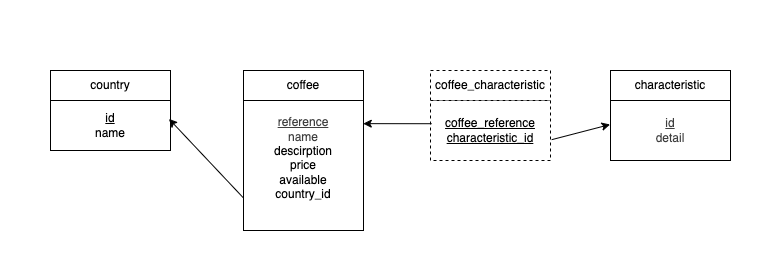
Earlier version of the draw.io export src/models/02-model-logique-donnees.png (accolette/challenge-Semaine11-BackEnd-ocoffee). Source tidied: cells renumbered, new cells last; positions are measured from the earlier drawing's top-left corner, leaving out a move shared by most shapes.
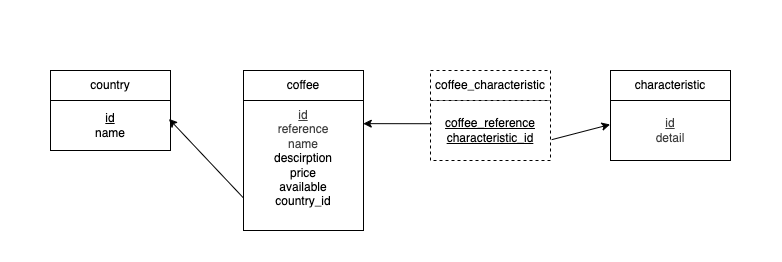
After the change.

The edit, as a diff of the source:
```diff
@@ -17,7 +17,7 @@
     <mxCell id="6" value="&lt;div&gt;&lt;u&gt;id&lt;/u&gt;&lt;/div&gt;&lt;div&gt;name&lt;/div&gt;" style="rounded=0;whiteSpace=wrap;html=1;" parent="1" vertex="1">
       <mxGeometry x="50" y="100" width="120" height="50" as="geometry" />
     </mxCell>
-    <mxCell id="7" value="&lt;div&gt;&lt;span style=&quot;color: rgb(63, 63, 63); background-color: transparent;&quot;&gt;&lt;u&gt;reference&lt;/u&gt;&lt;/span&gt;&lt;/div&gt;&lt;div&gt;&lt;span style=&quot;color: rgb(63, 63, 63); background-color: transparent;&quot;&gt;name&lt;/span&gt;&lt;/div&gt;&lt;div&gt;descirption&lt;/div&gt;&lt;div&gt;price&lt;/div&gt;&lt;div&gt;available&lt;/div&gt;&lt;div&gt;country_id&lt;/div&gt;&lt;div&gt;&lt;br&gt;&lt;/div&gt;" style="rounded=0;whiteSpace=wrap;html=1;" parent="1" vertex="1">
+    <mxCell id="7" value="&lt;div&gt;&lt;span style=&quot;color: rgb(63, 63, 63); background-color: transparent;&quot;&gt;&lt;u&gt;id&lt;/u&gt;&lt;/span&gt;&lt;/div&gt;&lt;div&gt;&lt;span style=&quot;color: rgb(63, 63, 63); background-color: transparent;&quot;&gt;reference&lt;/span&gt;&lt;/div&gt;&lt;div&gt;&lt;span style=&quot;color: rgb(63, 63, 63); background-color: transparent;&quot;&gt;name&lt;/span&gt;&lt;/div&gt;&lt;div&gt;descirption&lt;/div&gt;&lt;div&gt;price&lt;/div&gt;&lt;div&gt;available&lt;/div&gt;&lt;div&gt;country_id&lt;/div&gt;&lt;div&gt;&lt;br&gt;&lt;/div&gt;" style="rounded=0;whiteSpace=wrap;html=1;" parent="1" vertex="1">
       <mxGeometry x="243" y="100" width="120" height="130" as="geometry" />
     </mxCell>
     <mxCell id="8" value="&lt;div&gt;&lt;span style=&quot;color: rgb(63, 63, 63); background-color: transparent;&quot;&gt;&lt;u&gt;id&lt;/u&gt;&lt;/span&gt;&lt;/div&gt;&lt;div&gt;&lt;span style=&quot;color: rgb(63, 63, 63); background-color: transparent;&quot;&gt;detail&lt;/span&gt;&lt;/div&gt;" style="rounded=0;whiteSpace=wrap;html=1;" parent="1" vertex="1">
```
